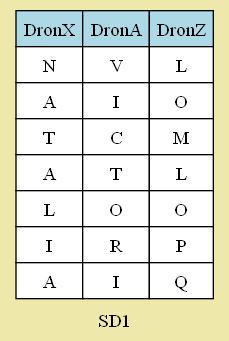
This is SD1.png from nxz7/IPC2_Proyecto2_202200007, a Graphviz export, as it was before one commit. Its source is kept beside it as SD1.dot.
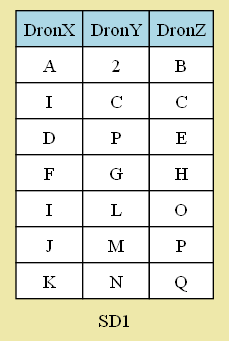
Later version of the same file.

What changed in the source:
```diff
@@ -6,42 +6,42 @@
     label=<<table border="0" cellborder="1" cellspacing="0" cellpadding="5">
       <tr>
         <td bgcolor="lightblue">DronX</td>
-        <td bgcolor="lightblue">DronA</td>
+        <td bgcolor="lightblue">DronY</td>
         <td bgcolor="lightblue">DronZ</td>
       </tr>
       <tr>
-        <td bgcolor="White">N</td>
-        <td bgcolor="White">V</td>
-        <td bgcolor="White">L</td>
+        <td bgcolor="White">A</td>
+        <td bgcolor="White">2</td>
+        <td bgcolor="White">B</td>
       </tr>
       <tr>
-        <td bgcolor="White">A</td>
         <td bgcolor="White">I</td>
+        <td bgcolor="White">C</td>
+        <td bgcolor="White">C</td>
+      </tr>
+      <tr>
+        <td bgcolor="White">D</td>
+        <td bgcolor="White">P</td>
+        <td bgcolor="White">E</td>
+      </tr>
+      <tr>
+        <td bgcolor="White">F</td>
+        <td bgcolor="White">G</td>
+        <td bgcolor="White">H</td>
+      </tr>
+      <tr>
+        <td bgcolor="White">I</td>
+        <td bgcolor="White">L</td>
         <td bgcolor="White">O</td>
       </tr>
       <tr>
-        <td bgcolor="White">T</td>
-        <td bgcolor="White">C</td>
+        <td bgcolor="White">J</td>
         <td bgcolor="White">M</td>
-      </tr>
-      <tr>
-        <td bgcolor="White">A</td>
-        <td bgcolor="White">T</td>
-        <td bgcolor="White">L</td>
-      </tr>
-      <tr>
-        <td bgcolor="White">L</td>
-        <td bgcolor="White">O</td>
-        <td bgcolor="White">O</td>
-      </tr>
-      <tr>
-        <td bgcolor="White">I</td>
-        <td bgcolor="White">R</td>
         <td bgcolor="White">P</td>
       </tr>
       <tr>
-        <td bgcolor="White">A</td>
-        <td bgcolor="White">I</td>
+        <td bgcolor="White">K</td>
+        <td bgcolor="White">N</td>
         <td bgcolor="White">Q</td>
       </tr>
     </table>>
```
